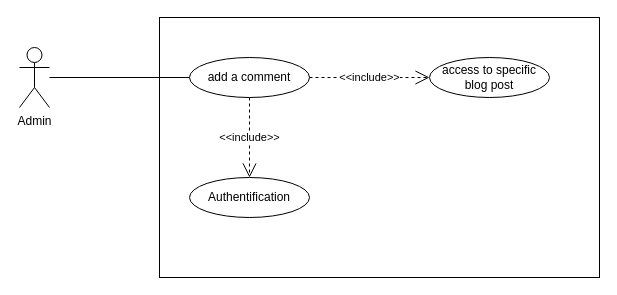
Before: Cadrage/use_case/add_comment.drawio in JgPhil/Blog, a draw.io diagram. Source tidied: cells renumbered, new cells numbered last; positions are measured from the earlier drawing's top-left corner, leaving out a move shared by most shapes. Both pictures are drawn from the tidied source at 100%, with x=0, y=0 at pixel (19, 17).
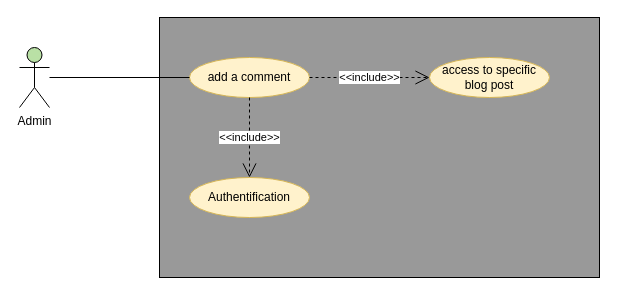
The same diagram, later.

The edit, as a diff of the source:
```diff
@@
 <mxGraphModel>
   <root>
     <mxCell id="0" />
     <mxCell id="1" parent="0" />
-    <mxCell id="2" style="rounded=0;whiteSpace=wrap;html=1;" parent="1" vertex="1">
+    <mxCell id="2" style="rounded=0;whiteSpace=wrap;html=1;fillColor=#999999;" parent="1" vertex="1">
       <mxGeometry x="140" width="440" height="260" as="geometry" />
     </mxCell>
-    <mxCell id="3" value="Admin" style="shape=umlActor;verticalLabelPosition=bottom;labelBackgroundColor=#ffffff;verticalAlign=top;html=1;" parent="1" vertex="1">
+    <mxCell id="3" value="Admin" style="shape=umlActor;verticalLabelPosition=bottom;labelBackgroundColor=#ffffff;verticalAlign=top;html=1;fillColor=#B9E0A5;" parent="1" vertex="1">
       <mxGeometry y="30" width="30" height="60" as="geometry" />
     </mxCell>
-    <mxCell id="4" value="add a comment" style="ellipse;whiteSpace=wrap;html=1;" parent="1" vertex="1">
+    <mxCell id="4" value="add a comment" style="ellipse;whiteSpace=wrap;html=1;fillColor=#fff2cc;strokeColor=#d6b656;" parent="1" vertex="1">
       <mxGeometry x="170" y="40" width="120" height="40" as="geometry" />
     </mxCell>
-    <mxCell id="5" value="access to specific blog post" style="ellipse;whiteSpace=wrap;html=1;" parent="1" vertex="1">
+    <mxCell id="5" value="access to specific blog post" style="ellipse;whiteSpace=wrap;html=1;fillColor=#fff2cc;strokeColor=#d6b656;" parent="1" vertex="1">
       <mxGeometry x="410" y="40" width="120" height="40" as="geometry" />
     </mxCell>
-    <mxCell id="6" value="Authentification" style="ellipse;whiteSpace=wrap;html=1;" parent="1" vertex="1">
+    <mxCell id="6" value="Authentification" style="ellipse;whiteSpace=wrap;html=1;fillColor=#fff2cc;strokeColor=#d6b656;" parent="1" vertex="1">
       <mxGeometry x="170" y="160" width="120" height="40" as="geometry" />
     </mxCell>
     <mxCell id="7" value="&amp;lt;&amp;lt;include&amp;gt;&amp;gt;" style="endArrow=open;endSize=12;dashed=1;html=1;" parent="1" edge="1" source="4" target="5">
       <mxGeometry relative="1" as="geometry" />
     </mxCell>
     <mxCell id="8" value="&amp;lt;&amp;lt;include&amp;gt;&amp;gt;" style="endArrow=open;endSize=12;dashed=1;html=1;" parent="1" edge="1" source="4" target="6">
       <mxGeometry relative="1" as="geometry" />
     </mxCell>
     <mxCell id="9" style="endArrow=none;html=1;" parent="1" edge="1" source="3" target="4">
       <mxGeometry relative="1" as="geometry" />
     </mxCell>
   </root>
 </mxGraphModel>
```
